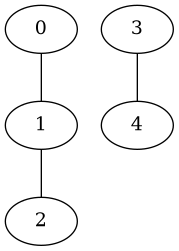
arthuralvesr/Tpa keeps this Graphviz diagram as grafo.png. Above is the earlier version. Its source is kept beside it as grafo.dot.
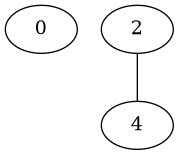
The same diagram one commit later.

Commit message:
grafo com matriz feito e inicio de lista adjacencia

Diff of the diagram source:
```diff
@@ -1,8 +1,4 @@
 graph Grafo {
 	0;
-	1;
-	2;
-	0 -- 1;
-	1 -- 2;
-	3 -- 4;
+	2 -- 4;
 }
```
